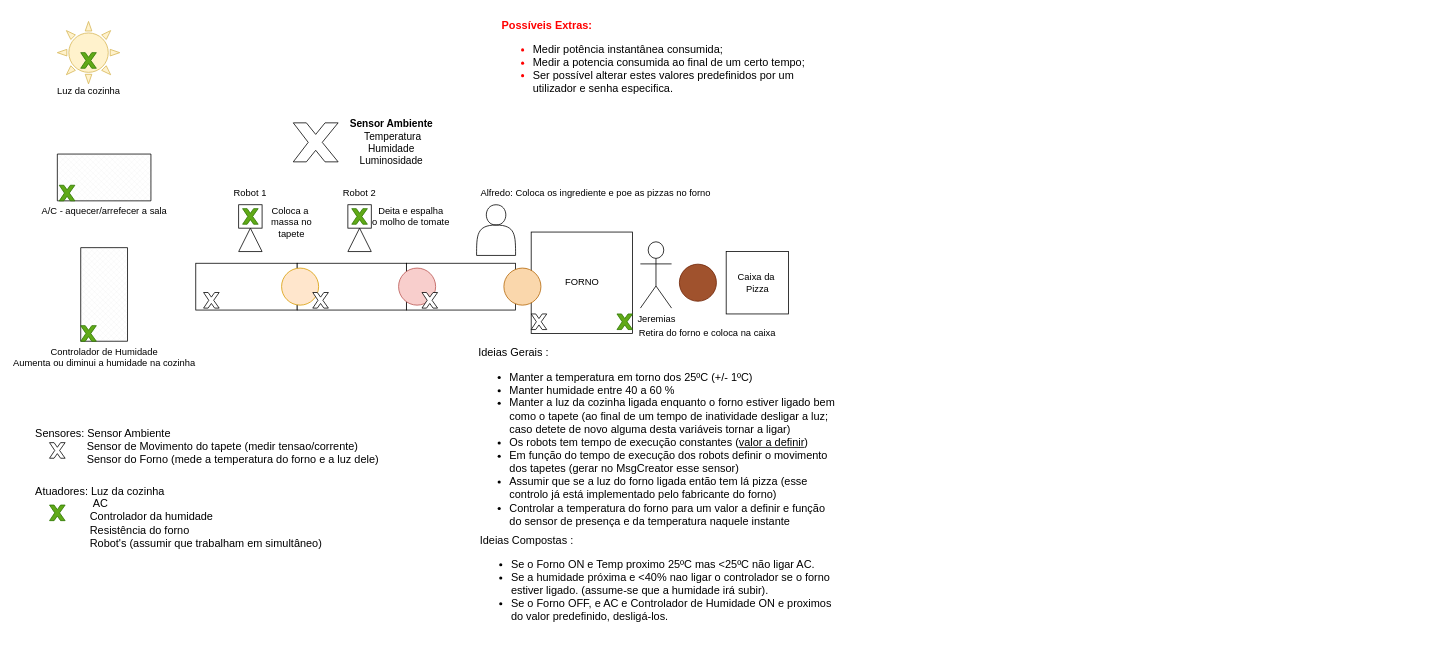
This is base_floor.drawio from Automation-yatata/Industry4.0-PizzaPlace, a draw.io file, before an edit. Source tidied: cells renumbered, new cells numbered last; positions are measured from the earlier drawing's top-left corner, leaving out a move shared by most shapes. Both pictures are drawn from the tidied source at 78%, with x=0, y=0 at pixel (34, 13).
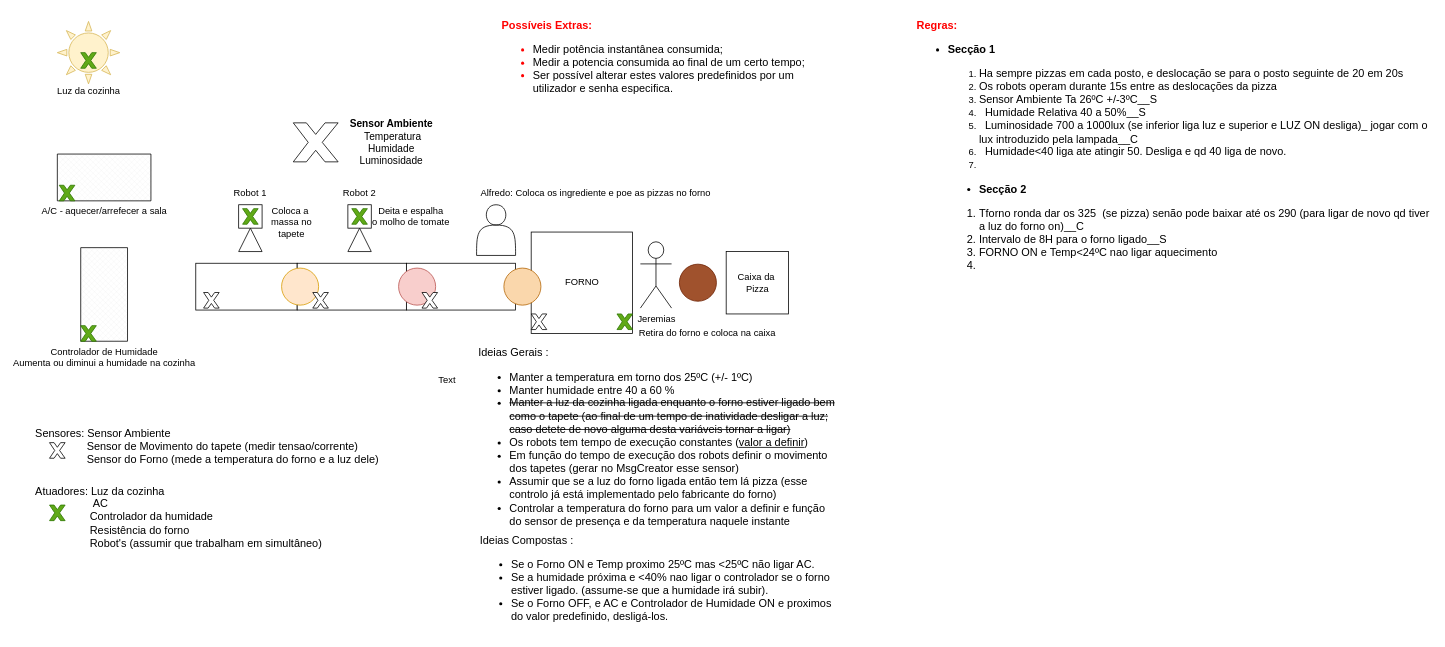
After the change.

The edit, as a diff of the source:
```diff
@@
-    <mxCell id="43" value="&lt;font style=&quot;font-size: 14px&quot;&gt;Ideias Gerais :&lt;br&gt;&lt;ul&gt;&lt;li&gt;&lt;font style=&quot;font-size: 14px&quot;&gt;Manter a temperatura em torno dos 25ºC (+/- 1ºC)&lt;/font&gt;&lt;/li&gt;&lt;li&gt;&lt;font style=&quot;font-size: 14px&quot;&gt;Manter humidade entre 40 a 60 %&lt;/font&gt;&lt;/li&gt;&lt;li&gt;&lt;font style=&quot;font-size: 14px&quot;&gt;Manter a luz da cozinha ligada enquanto o forno estiver ligado bem como o tapete (ao final de um tempo de inatividade desligar a luz; caso detete de novo alguma desta variáveis tornar a ligar)&lt;/font&gt;&lt;/li&gt;&lt;li&gt;&lt;font style=&quot;font-size: 14px&quot;&gt;Os robots tem tempo de execução constantes (&lt;u&gt;valor a definir&lt;/u&gt;)&lt;/font&gt;&lt;/li&gt;&lt;li&gt;&lt;font style=&quot;font-size: 14px&quot;&gt;Em função do tempo de execução dos robots definir o movimento dos tapetes (gerar no MsgCreator esse sensor)&lt;/font&gt;&lt;/li&gt;&lt;li&gt;&lt;font style=&quot;font-size: 14px&quot;&gt;Assumir que se a luz do forno ligada então tem lá pizza (esse controlo já está implementado pelo fabricante do forno)&lt;/font&gt;&lt;/li&gt;&lt;li&gt;&lt;font style=&quot;font-size: 14px&quot;&gt;Controlar a temperatura do forno para um valor a definir e função do sensor de presença e da temperatura naquele instante&lt;/font&gt;&lt;/li&gt;&lt;/ul&gt;&lt;/font&gt;" style="text;html=1;strokeColor=none;fillColor=none;align=left;verticalAlign=top;whiteSpace=wrap;rounded=0;" parent="1" vertex="1">
+    <mxCell id="43" value="&lt;font style=&quot;font-size: 14px&quot;&gt;Ideias Gerais :&lt;br&gt;&lt;ul&gt;&lt;li&gt;&lt;font style=&quot;font-size: 14px&quot;&gt;Manter a temperatura em torno dos 25ºC (+/- 1ºC)&lt;/font&gt;&lt;/li&gt;&lt;li&gt;&lt;font style=&quot;font-size: 14px&quot;&gt;Manter humidade entre 40 a 60 %&lt;/font&gt;&lt;/li&gt;&lt;li&gt;&lt;font style=&quot;font-size: 14px&quot;&gt;&lt;strike&gt;Manter a luz da cozinha ligada enquanto o forno estiver ligado bem como o tapete (ao final de um tempo de inatividade desligar a luz; caso detete de novo alguma desta variáveis tornar a ligar)&lt;/strike&gt;&lt;/font&gt;&lt;/li&gt;&lt;li&gt;&lt;font style=&quot;font-size: 14px&quot;&gt;Os robots tem tempo de execução constantes (&lt;u&gt;valor a definir&lt;/u&gt;)&lt;/font&gt;&lt;/li&gt;&lt;li&gt;&lt;font style=&quot;font-size: 14px&quot;&gt;Em função do tempo de execução dos robots definir o movimento dos tapetes (gerar no MsgCreator esse sensor)&lt;/font&gt;&lt;/li&gt;&lt;li&gt;&lt;font style=&quot;font-size: 14px&quot;&gt;Assumir que se a luz do forno ligada então tem lá pizza (esse controlo já está implementado pelo fabricante do forno)&lt;/font&gt;&lt;/li&gt;&lt;li&gt;&lt;font style=&quot;font-size: 14px&quot;&gt;Controlar a temperatura do forno para um valor a definir e função do sensor de presença e da temperatura naquele instante&lt;/font&gt;&lt;/li&gt;&lt;/ul&gt;&lt;/font&gt;" style="text;html=1;strokeColor=none;fillColor=none;align=left;verticalAlign=top;whiteSpace=wrap;rounded=0;" parent="1" vertex="1">
       <mxGeometry x="567.5" y="420" width="462.5" height="240" as="geometry" />
     </mxCell>
@@
+    <mxCell id="46" value="Text" style="text;html=1;strokeColor=none;fillColor=none;align=center;verticalAlign=middle;whiteSpace=wrap;rounded=0;" parent="1" vertex="1">
+      <mxGeometry x="510" y="460" width="40" height="20" as="geometry" />
+    </mxCell>
+    <mxCell id="47" value="&lt;b&gt;&lt;font style=&quot;font-size: 14px&quot;&gt;&lt;font color=&quot;#ff0000&quot;&gt;Regras:&lt;/font&gt;&lt;br&gt;&lt;ul&gt;&lt;li&gt;&lt;b&gt;&lt;font style=&quot;font-size: 14px&quot;&gt;Secção &lt;/font&gt;&lt;font style=&quot;font-size: 14px&quot;&gt;1&lt;/font&gt;&lt;/b&gt;&lt;/li&gt;&lt;/ul&gt;&lt;/font&gt;&lt;/b&gt;&lt;blockquote style=&quot;margin: 0 0 0 40px ; border: none ; padding: 0px&quot;&gt;&lt;ol&gt;&lt;li&gt;&lt;span style=&quot;font-size: 14px&quot;&gt;Ha sempre pizzas em cada posto, e deslocação se para o posto seguinte de 20 em 20s&lt;/span&gt;&lt;/li&gt;&lt;li&gt;&lt;span style=&quot;font-size: 14px&quot;&gt;Os robots operam durante 15s entre as &lt;/span&gt;&lt;span style=&quot;font-size: 14px&quot;&gt;deslocações&lt;/span&gt;&lt;span style=&quot;font-size: 14px&quot;&gt;&amp;nbsp;da pizza&amp;nbsp;&lt;/span&gt;&lt;/li&gt;&lt;li&gt;&lt;span style=&quot;font-size: 14px&quot;&gt; Sensor Ambiente Ta 26ºC +/-3ºC__S&amp;nbsp;&lt;/span&gt;&lt;/li&gt;&lt;li&gt;&lt;b style=&quot;font-size: 14px&quot;&gt;&amp;nbsp; &lt;/b&gt;&lt;span style=&quot;font-size: 14px&quot;&gt;Humidade Relativa 40 a 50%__S&lt;/span&gt;&lt;/li&gt;&lt;li&gt;&lt;span style=&quot;font-size: 14px&quot;&gt;&amp;nbsp; Luminosidade 700 a 1000lux (se inferior liga luz e superior e LUZ ON desliga)_ jogar com o lux introduzido pela lampada__C&lt;/span&gt;&lt;/li&gt;&lt;li&gt;&lt;span style=&quot;font-size: 14px&quot;&gt;&amp;nbsp; Humidade&amp;lt;40 liga ate atingir 50. Desliga e qd 40 liga de novo.&lt;/span&gt;&lt;/li&gt;&lt;li&gt;&lt;span style=&quot;font-size: 14px&quot;&gt;&lt;br&gt;&lt;/span&gt;&lt;/li&gt;&lt;/ol&gt;&lt;div style=&quot;font-size: 14px&quot;&gt;&lt;ul&gt;&lt;li&gt;&lt;span style=&quot;font-size: 14px&quot;&gt;&lt;b&gt;Secção 2&lt;/b&gt;&lt;/span&gt;&lt;/li&gt;&lt;/ul&gt;&lt;ol&gt;&lt;li&gt;Tforno ronda dar os 325&amp;nbsp; (se pizza) senão pode baixar até os 290 (para ligar de novo qd tiver a luz do forno on)__C&lt;/li&gt;&lt;li&gt;Intervalo de 8H para o forno ligado__S&lt;/li&gt;&lt;li&gt;FORNO ON e Temp&amp;lt;24ºC nao ligar aquecimento&lt;/li&gt;&lt;li&gt;&lt;br&gt;&lt;/li&gt;&lt;/ol&gt;&lt;/div&gt;&lt;/blockquote&gt;" style="text;html=1;strokeColor=none;fillColor=none;align=left;verticalAlign=top;whiteSpace=wrap;rounded=0;" parent="1" vertex="1">
+      <mxGeometry x="1130" width="661" height="400" as="geometry" />
+    </mxCell>
```
